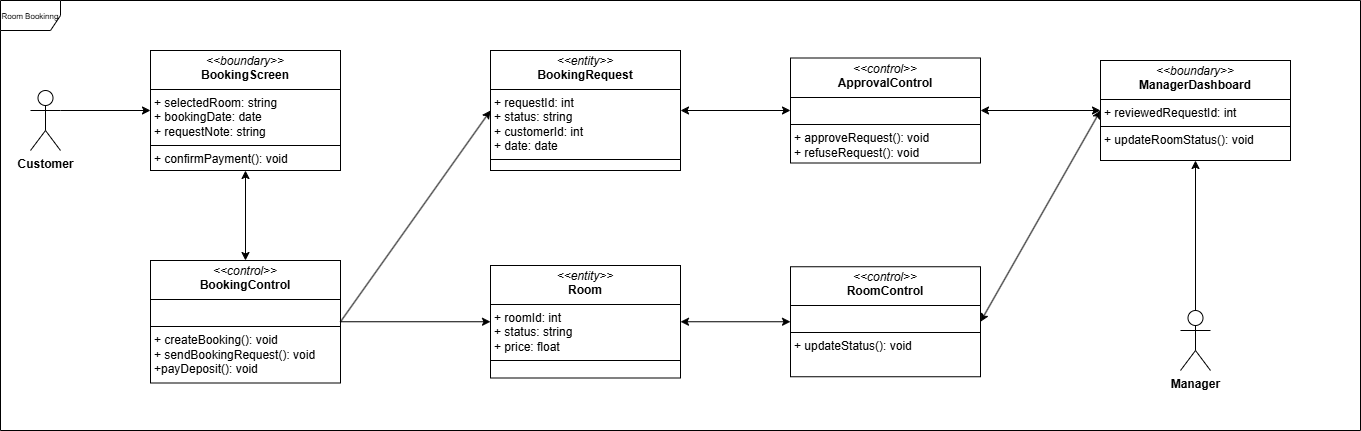
This is Class-diagram/Boundary–Control–EntityDiagram/RoomBooking.png from HuyEuler/Apartment-management-system, a draw.io export, as it was before one commit. Source tidied: cells renumbered, new cells last; positions are measured from the earlier drawing's top-left corner, leaving out a move shared by most shapes. The source it was exported from:
```xml
<mxGraphModel background="#ffffff">
  <root>
    <mxCell id="0" />
    <mxCell id="1" parent="0" />
    <mxCell id="2" value="&lt;font style=&quot;font-size: 8px;&quot;&gt;Room Bookinng&lt;/font&gt;" style="shape=umlFrame;whiteSpace=wrap;html=1;" parent="1" vertex="1">
      <mxGeometry width="1360" height="430" as="geometry" />
    </mxCell>
    <mxCell id="3" value="&lt;p style=&quot;margin:0px;margin-top:4px;text-align:center;&quot;&gt;&lt;i&gt;&amp;lt;&amp;lt;boundary&amp;gt;&amp;gt;&lt;/i&gt;&lt;br&gt;&lt;b&gt;BookingScreen&lt;/b&gt;&lt;/p&gt;&lt;hr size=&quot;1&quot; style=&quot;border-style:solid;&quot;&gt;&lt;p style=&quot;margin:0px;margin-left:4px;&quot;&gt;+&amp;nbsp;selectedRoom: string&lt;br&gt;+&amp;nbsp;bookingDate: date&lt;br&gt;+&amp;nbsp;requestNote: string&lt;/p&gt;&lt;hr size=&quot;1&quot; style=&quot;border-style:solid;&quot;&gt;&lt;p style=&quot;margin:0px;margin-left:4px;&quot;&gt;+ confirmPayment(): void&lt;/p&gt;" style="verticalAlign=top;align=left;overflow=fill;html=1;whiteSpace=wrap;" parent="1" vertex="1">
      <mxGeometry x="150" y="50" width="190" height="120" as="geometry" />
    </mxCell>
    <mxCell id="4" value="&lt;p style=&quot;margin:0px;margin-top:4px;text-align:center;&quot;&gt;&lt;i&gt;&amp;lt;&amp;lt;control&amp;gt;&amp;gt;&lt;/i&gt;&lt;br&gt;&lt;b&gt;BookingControl&lt;/b&gt;&lt;/p&gt;&lt;hr size=&quot;1&quot; style=&quot;border-style:solid;&quot;&gt;&lt;p style=&quot;margin:0px;margin-left:4px;&quot;&gt;&lt;br&gt;&lt;/p&gt;&lt;hr size=&quot;1&quot; style=&quot;border-style:solid;&quot;&gt;&lt;p style=&quot;margin:0px;margin-left:4px;&quot;&gt;+&amp;nbsp;&lt;span style=&quot;background-color: transparent; color: light-dark(rgb(0, 0, 0), rgb(255, 255, 255));&quot;&gt;createBooking(): void&lt;/span&gt;&lt;/p&gt;&lt;p style=&quot;margin:0px;margin-left:4px;&quot;&gt;&lt;span style=&quot;background-color: transparent; color: light-dark(rgb(0, 0, 0), rgb(255, 255, 255));&quot;&gt;+ sendBookingRequest(): void&lt;/span&gt;&lt;/p&gt;&lt;p style=&quot;margin:0px;margin-left:4px;&quot;&gt;&lt;span style=&quot;background-color: transparent; color: light-dark(rgb(0, 0, 0), rgb(255, 255, 255));&quot;&gt;+payDeposit(): void&lt;/span&gt;&lt;/p&gt;" style="verticalAlign=top;align=left;overflow=fill;html=1;whiteSpace=wrap;" parent="1" vertex="1">
      <mxGeometry x="150" y="260" width="190" height="122.5" as="geometry" />
    </mxCell>
    <mxCell id="5" value="&lt;p style=&quot;margin:0px;margin-top:4px;text-align:center;&quot;&gt;&lt;i&gt;&amp;lt;&amp;lt;entity&amp;gt;&amp;gt;&lt;/i&gt;&lt;br&gt;&lt;b&gt;Room&lt;/b&gt;&lt;/p&gt;&lt;hr size=&quot;1&quot; style=&quot;border-style:solid;&quot;&gt;&lt;p style=&quot;margin:0px;margin-left:4px;&quot;&gt;+&amp;nbsp;&lt;span style=&quot;background-color: transparent; color: light-dark(rgb(0, 0, 0), rgb(255, 255, 255));&quot;&gt;roomId: int&lt;/span&gt;&lt;/p&gt;&lt;p style=&quot;margin:0px;margin-left:4px;&quot;&gt;&lt;span style=&quot;background-color: transparent; color: light-dark(rgb(0, 0, 0), rgb(255, 255, 255));&quot;&gt;+ status: string&lt;/span&gt;&lt;/p&gt;&lt;p style=&quot;margin:0px;margin-left:4px;&quot;&gt;&lt;span style=&quot;background-color: transparent; color: light-dark(rgb(0, 0, 0), rgb(255, 255, 255));&quot;&gt;+ price: float&lt;/span&gt;&lt;/p&gt;&lt;hr size=&quot;1&quot; style=&quot;border-style:solid;&quot;&gt;&lt;p style=&quot;margin:0px;margin-left:4px;&quot;&gt;&lt;br&gt;&lt;/p&gt;" style="verticalAlign=top;align=left;overflow=fill;html=1;whiteSpace=wrap;" parent="1" vertex="1">
      <mxGeometry x="490" y="265" width="190" height="112.5" as="geometry" />
    </mxCell>
    <mxCell id="6" value="&lt;p style=&quot;margin:0px;margin-top:4px;text-align:center;&quot;&gt;&lt;i&gt;&amp;lt;&amp;lt;entity&amp;gt;&amp;gt;&lt;/i&gt;&lt;br&gt;&lt;b&gt;BookingRequest&lt;/b&gt;&lt;/p&gt;&lt;hr size=&quot;1&quot; style=&quot;border-style:solid;&quot;&gt;&lt;p style=&quot;margin: 0px 0px 0px 4px;&quot;&gt;&lt;span style=&quot;background-color: transparent; color: light-dark(rgb(0, 0, 0), rgb(255, 255, 255));&quot;&gt;+&amp;nbsp;&lt;/span&gt;&lt;span style=&quot;background-color: transparent; color: light-dark(rgb(0, 0, 0), rgb(255, 255, 255));&quot;&gt;requestId: int&lt;/span&gt;&lt;span style=&quot;background-color: transparent; color: light-dark(rgb(0, 0, 0), rgb(255, 255, 255));&quot;&gt;&lt;br&gt;&lt;/span&gt;&lt;/p&gt;&lt;p style=&quot;margin: 0px 0px 0px 4px;&quot;&gt;&lt;span style=&quot;background-color: transparent; color: light-dark(rgb(0, 0, 0), rgb(255, 255, 255));&quot;&gt;+ status: string&lt;/span&gt;&lt;/p&gt;&lt;p style=&quot;margin: 0px 0px 0px 4px;&quot;&gt;&lt;span style=&quot;background-color: transparent; color: light-dark(rgb(0, 0, 0), rgb(255, 255, 255));&quot;&gt;+ customerId: int&lt;/span&gt;&lt;/p&gt;&lt;p style=&quot;margin: 0px 0px 0px 4px;&quot;&gt;&lt;span style=&quot;background-color: transparent; color: light-dark(rgb(0, 0, 0), rgb(255, 255, 255));&quot;&gt;+ date: date&lt;/span&gt;&lt;/p&gt;&lt;hr size=&quot;1&quot; style=&quot;border-style:solid;&quot;&gt;&lt;p style=&quot;margin:0px;margin-left:4px;&quot;&gt;&lt;br&gt;&lt;/p&gt;" style="verticalAlign=top;align=left;overflow=fill;html=1;whiteSpace=wrap;" parent="1" vertex="1">
      <mxGeometry x="490" y="50" width="190" height="120" as="geometry" />
    </mxCell>
    <mxCell id="7" style="endArrow=classic;startArrow=classic;html=1;rounded=0;entryX=0.5;entryY=0;entryDx=0;entryDy=0;" parent="1" edge="1" source="3" target="4">
      <mxGeometry relative="1" as="geometry" />
    </mxCell>
    <mxCell id="8" style="endArrow=classic;html=1;rounded=0;exitX=1;exitY=0.5;exitDx=0;exitDy=0;entryX=0;entryY=0.5;entryDx=0;entryDy=0;" parent="1" edge="1" source="4" target="6">
      <mxGeometry relative="1" as="geometry" />
    </mxCell>
    <mxCell id="9" style="endArrow=classic;html=1;rounded=0;exitX=1;exitY=0.5;exitDx=0;exitDy=0;entryX=0;entryY=0.5;entryDx=0;entryDy=0;" parent="1" edge="1" source="4" target="5">
      <mxGeometry relative="1" as="geometry" />
    </mxCell>
    <mxCell id="10" value="&lt;p style=&quot;margin:0px;margin-top:4px;text-align:center;&quot;&gt;&lt;i&gt;&amp;lt;&amp;lt;boundary&amp;gt;&amp;gt;&lt;/i&gt;&lt;br&gt;&lt;span style=&quot;background-color: transparent; color: light-dark(rgb(0, 0, 0), rgb(255, 255, 255)); text-align: left;&quot;&gt;&lt;b&gt;ManagerDashboard&lt;/b&gt;&lt;/span&gt;&lt;/p&gt;&lt;hr size=&quot;1&quot; style=&quot;border-style:solid;&quot;&gt;&lt;p style=&quot;margin:0px;margin-left:4px;&quot;&gt;+&amp;nbsp;reviewedRequestId: int&lt;/p&gt;&lt;hr size=&quot;1&quot; style=&quot;border-style:solid;&quot;&gt;&lt;p style=&quot;margin:0px;margin-left:4px;&quot;&gt;+ updateRoomStatus(): void&lt;/p&gt;" style="verticalAlign=top;align=left;overflow=fill;html=1;whiteSpace=wrap;" parent="1" vertex="1">
      <mxGeometry x="1100" y="60" width="190" height="100" as="geometry" />
    </mxCell>
    <mxCell id="11" value="&lt;p style=&quot;margin:0px;margin-top:4px;text-align:center;&quot;&gt;&lt;i&gt;&amp;lt;&amp;lt;control&amp;gt;&amp;gt;&lt;/i&gt;&lt;br&gt;&lt;b&gt;ApprovalControl&lt;/b&gt;&lt;/p&gt;&lt;hr size=&quot;1&quot; style=&quot;border-style:solid;&quot;&gt;&lt;p style=&quot;margin:0px;margin-left:4px;&quot;&gt;&lt;br&gt;&lt;/p&gt;&lt;hr size=&quot;1&quot; style=&quot;border-style:solid;&quot;&gt;&lt;p style=&quot;margin:0px;margin-left:4px;&quot;&gt;+&amp;nbsp;&lt;span style=&quot;background-color: transparent; color: light-dark(rgb(0, 0, 0), rgb(255, 255, 255));&quot;&gt;approveRequest(): void&lt;/span&gt;&lt;/p&gt;&lt;p style=&quot;margin:0px;margin-left:4px;&quot;&gt;&lt;span style=&quot;background-color: transparent; color: light-dark(rgb(0, 0, 0), rgb(255, 255, 255));&quot;&gt;+ refuseRequest(): void&lt;/span&gt;&lt;/p&gt;" style="verticalAlign=top;align=left;overflow=fill;html=1;whiteSpace=wrap;" parent="1" vertex="1">
      <mxGeometry x="790" y="57.5" width="190" height="105" as="geometry" />
    </mxCell>
    <mxCell id="12" value="&lt;p style=&quot;margin:0px;margin-top:4px;text-align:center;&quot;&gt;&lt;i&gt;&amp;lt;&amp;lt;control&amp;gt;&amp;gt;&lt;/i&gt;&lt;br&gt;&lt;span style=&quot;background-color: transparent; color: light-dark(rgb(0, 0, 0), rgb(255, 255, 255)); text-align: left;&quot;&gt;&lt;b&gt;RoomControl&lt;/b&gt;&lt;/span&gt;&lt;/p&gt;&lt;hr size=&quot;1&quot; style=&quot;border-style:solid;&quot;&gt;&lt;p style=&quot;margin:0px;margin-left:4px;&quot;&gt;&lt;br&gt;&lt;/p&gt;&lt;hr size=&quot;1&quot; style=&quot;border-style:solid;&quot;&gt;&lt;p style=&quot;margin:0px;margin-left:4px;&quot;&gt;+&amp;nbsp;&lt;span style=&quot;background-color: transparent; color: light-dark(rgb(0, 0, 0), rgb(255, 255, 255));&quot;&gt;updateStatus(): void&lt;/span&gt;&lt;/p&gt;" style="verticalAlign=top;align=left;overflow=fill;html=1;whiteSpace=wrap;" parent="1" vertex="1">
      <mxGeometry x="790" y="266.2" width="190" height="110" as="geometry" />
    </mxCell>
    <mxCell id="13" value="&lt;b&gt;Manager&lt;/b&gt;&lt;div&gt;&lt;br&gt;&lt;/div&gt;" style="shape=umlActor;verticalLabelPosition=bottom;verticalAlign=top;html=1;outlineConnect=0;" parent="1" vertex="1">
      <mxGeometry x="1180" y="310" width="30" height="60" as="geometry" />
    </mxCell>
    <mxCell id="14" value="&lt;b&gt;Customer&lt;/b&gt;&lt;br&gt;&lt;div&gt;&lt;br&gt;&lt;/div&gt;" style="shape=umlActor;verticalLabelPosition=bottom;verticalAlign=top;html=1;outlineConnect=0;" parent="1" vertex="1">
      <mxGeometry x="30" y="90" width="30" height="60" as="geometry" />
    </mxCell>
    <mxCell id="15" style="endArrow=classic;html=1;rounded=0;exitX=0.5;exitY=0;exitDx=0;exitDy=0;exitPerimeter=0;entryX=0.5;entryY=1;entryDx=0;entryDy=0;" parent="1" edge="1" source="13" target="10">
      <mxGeometry relative="1" as="geometry" />
    </mxCell>
    <mxCell id="16" style="endArrow=classic;html=1;rounded=0;exitX=1;exitY=0.3333333333333333;exitDx=0;exitDy=0;exitPerimeter=0;entryX=0;entryY=0.5;entryDx=0;entryDy=0;" parent="1" edge="1" source="14" target="3">
      <mxGeometry relative="1" as="geometry" />
    </mxCell>
    <mxCell id="17" style="endArrow=classic;startArrow=classic;html=1;rounded=0;exitX=0;exitY=0.5;exitDx=0;exitDy=0;entryX=1;entryY=0.5;entryDx=0;entryDy=0;" parent="1" edge="1" source="10" target="12">
      <mxGeometry relative="1" as="geometry" />
    </mxCell>
    <mxCell id="18" style="endArrow=classic;startArrow=classic;html=1;rounded=0;exitX=0;exitY=0.5;exitDx=0;exitDy=0;entryX=1;entryY=0.5;entryDx=0;entryDy=0;" parent="1" edge="1" source="10" target="11">
      <mxGeometry relative="1" as="geometry" />
    </mxCell>
    <mxCell id="19" style="endArrow=classic;startArrow=classic;html=1;rounded=0;exitX=0;exitY=0.5;exitDx=0;exitDy=0;entryX=1;entryY=0.5;entryDx=0;entryDy=0;" parent="1" edge="1" source="11" target="6">
      <mxGeometry relative="1" as="geometry" />
    </mxCell>
    <mxCell id="20" style="endArrow=classic;startArrow=classic;html=1;rounded=0;entryX=0;entryY=0.5;entryDx=0;entryDy=0;exitX=1;exitY=0.5;exitDx=0;exitDy=0;" parent="1" edge="1" source="5" target="12">
      <mxGeometry relative="1" as="geometry" />
    </mxCell>
  </root>
</mxGraphModel>
```
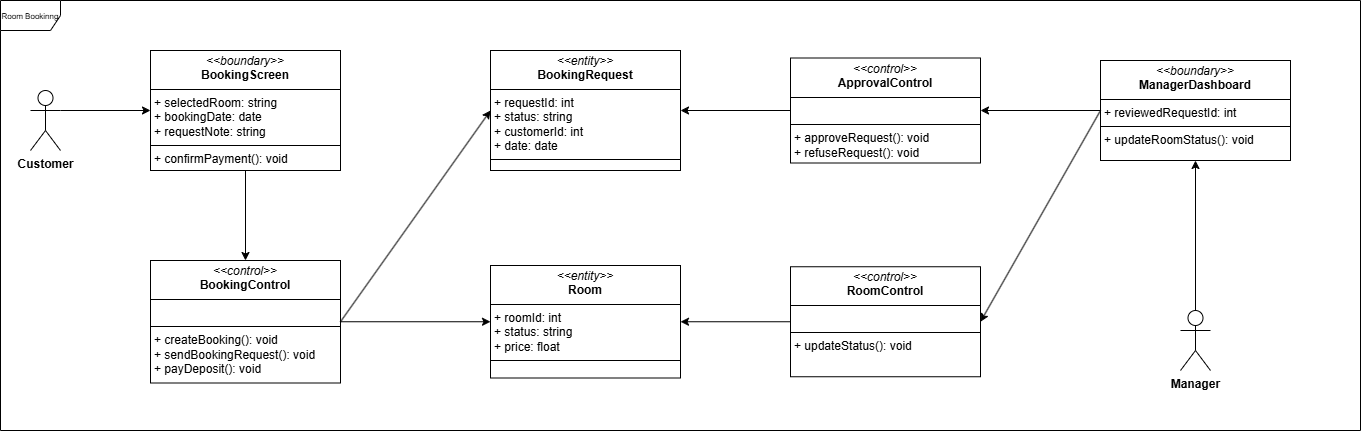
The same file after the commit.

Change to the diagram source:
```diff
@@ -8,7 +8,7 @@
     <mxCell id="3" value="&lt;p style=&quot;margin:0px;margin-top:4px;text-align:center;&quot;&gt;&lt;i&gt;&amp;lt;&amp;lt;boundary&amp;gt;&amp;gt;&lt;/i&gt;&lt;br&gt;&lt;b&gt;BookingScreen&lt;/b&gt;&lt;/p&gt;&lt;hr size=&quot;1&quot; style=&quot;border-style:solid;&quot;&gt;&lt;p style=&quot;margin:0px;margin-left:4px;&quot;&gt;+&amp;nbsp;selectedRoom: string&lt;br&gt;+&amp;nbsp;bookingDate: date&lt;br&gt;+&amp;nbsp;requestNote: string&lt;/p&gt;&lt;hr size=&quot;1&quot; style=&quot;border-style:solid;&quot;&gt;&lt;p style=&quot;margin:0px;margin-left:4px;&quot;&gt;+ confirmPayment(): void&lt;/p&gt;" style="verticalAlign=top;align=left;overflow=fill;html=1;whiteSpace=wrap;" parent="1" vertex="1">
       <mxGeometry x="150" y="50" width="190" height="120" as="geometry" />
     </mxCell>
-    <mxCell id="4" value="&lt;p style=&quot;margin:0px;margin-top:4px;text-align:center;&quot;&gt;&lt;i&gt;&amp;lt;&amp;lt;control&amp;gt;&amp;gt;&lt;/i&gt;&lt;br&gt;&lt;b&gt;BookingControl&lt;/b&gt;&lt;/p&gt;&lt;hr size=&quot;1&quot; style=&quot;border-style:solid;&quot;&gt;&lt;p style=&quot;margin:0px;margin-left:4px;&quot;&gt;&lt;br&gt;&lt;/p&gt;&lt;hr size=&quot;1&quot; style=&quot;border-style:solid;&quot;&gt;&lt;p style=&quot;margin:0px;margin-left:4px;&quot;&gt;+&amp;nbsp;&lt;span style=&quot;background-color: transparent; color: light-dark(rgb(0, 0, 0), rgb(255, 255, 255));&quot;&gt;createBooking(): void&lt;/span&gt;&lt;/p&gt;&lt;p style=&quot;margin:0px;margin-left:4px;&quot;&gt;&lt;span style=&quot;background-color: transparent; color: light-dark(rgb(0, 0, 0), rgb(255, 255, 255));&quot;&gt;+ sendBookingRequest(): void&lt;/span&gt;&lt;/p&gt;&lt;p style=&quot;margin:0px;margin-left:4px;&quot;&gt;&lt;span style=&quot;background-color: transparent; color: light-dark(rgb(0, 0, 0), rgb(255, 255, 255));&quot;&gt;+payDeposit(): void&lt;/span&gt;&lt;/p&gt;" style="verticalAlign=top;align=left;overflow=fill;html=1;whiteSpace=wrap;" parent="1" vertex="1">
+    <mxCell id="4" value="&lt;p style=&quot;margin:0px;margin-top:4px;text-align:center;&quot;&gt;&lt;i&gt;&amp;lt;&amp;lt;control&amp;gt;&amp;gt;&lt;/i&gt;&lt;br&gt;&lt;b&gt;BookingControl&lt;/b&gt;&lt;/p&gt;&lt;hr size=&quot;1&quot; style=&quot;border-style:solid;&quot;&gt;&lt;p style=&quot;margin:0px;margin-left:4px;&quot;&gt;&lt;br&gt;&lt;/p&gt;&lt;hr size=&quot;1&quot; style=&quot;border-style:solid;&quot;&gt;&lt;p style=&quot;margin:0px;margin-left:4px;&quot;&gt;+&amp;nbsp;&lt;span style=&quot;background-color: transparent; color: light-dark(rgb(0, 0, 0), rgb(255, 255, 255));&quot;&gt;createBooking(): void&lt;/span&gt;&lt;/p&gt;&lt;p style=&quot;margin:0px;margin-left:4px;&quot;&gt;&lt;span style=&quot;background-color: transparent; color: light-dark(rgb(0, 0, 0), rgb(255, 255, 255));&quot;&gt;+ sendBookingRequest(): void&lt;/span&gt;&lt;/p&gt;&lt;p style=&quot;margin:0px;margin-left:4px;&quot;&gt;&lt;span style=&quot;background-color: transparent; color: light-dark(rgb(0, 0, 0), rgb(255, 255, 255));&quot;&gt;+ payDeposit(): void&lt;/span&gt;&lt;/p&gt;" style="verticalAlign=top;align=left;overflow=fill;html=1;whiteSpace=wrap;" parent="1" vertex="1">
       <mxGeometry x="150" y="260" width="190" height="122.5" as="geometry" />
     </mxCell>
     <mxCell id="5" value="&lt;p style=&quot;margin:0px;margin-top:4px;text-align:center;&quot;&gt;&lt;i&gt;&amp;lt;&amp;lt;entity&amp;gt;&amp;gt;&lt;/i&gt;&lt;br&gt;&lt;b&gt;Room&lt;/b&gt;&lt;/p&gt;&lt;hr size=&quot;1&quot; style=&quot;border-style:solid;&quot;&gt;&lt;p style=&quot;margin:0px;margin-left:4px;&quot;&gt;+&amp;nbsp;&lt;span style=&quot;background-color: transparent; color: light-dark(rgb(0, 0, 0), rgb(255, 255, 255));&quot;&gt;roomId: int&lt;/span&gt;&lt;/p&gt;&lt;p style=&quot;margin:0px;margin-left:4px;&quot;&gt;&lt;span style=&quot;background-color: transparent; color: light-dark(rgb(0, 0, 0), rgb(255, 255, 255));&quot;&gt;+ status: string&lt;/span&gt;&lt;/p&gt;&lt;p style=&quot;margin:0px;margin-left:4px;&quot;&gt;&lt;span style=&quot;background-color: transparent; color: light-dark(rgb(0, 0, 0), rgb(255, 255, 255));&quot;&gt;+ price: float&lt;/span&gt;&lt;/p&gt;&lt;hr size=&quot;1&quot; style=&quot;border-style:solid;&quot;&gt;&lt;p style=&quot;margin:0px;margin-left:4px;&quot;&gt;&lt;br&gt;&lt;/p&gt;" style="verticalAlign=top;align=left;overflow=fill;html=1;whiteSpace=wrap;" parent="1" vertex="1">
@@ -17,9 +17,6 @@
     <mxCell id="6" value="&lt;p style=&quot;margin:0px;margin-top:4px;text-align:center;&quot;&gt;&lt;i&gt;&amp;lt;&amp;lt;entity&amp;gt;&amp;gt;&lt;/i&gt;&lt;br&gt;&lt;b&gt;BookingRequest&lt;/b&gt;&lt;/p&gt;&lt;hr size=&quot;1&quot; style=&quot;border-style:solid;&quot;&gt;&lt;p style=&quot;margin: 0px 0px 0px 4px;&quot;&gt;&lt;span style=&quot;background-color: transparent; color: light-dark(rgb(0, 0, 0), rgb(255, 255, 255));&quot;&gt;+&amp;nbsp;&lt;/span&gt;&lt;span style=&quot;background-color: transparent; color: light-dark(rgb(0, 0, 0), rgb(255, 255, 255));&quot;&gt;requestId: int&lt;/span&gt;&lt;span style=&quot;background-color: transparent; color: light-dark(rgb(0, 0, 0), rgb(255, 255, 255));&quot;&gt;&lt;br&gt;&lt;/span&gt;&lt;/p&gt;&lt;p style=&quot;margin: 0px 0px 0px 4px;&quot;&gt;&lt;span style=&quot;background-color: transparent; color: light-dark(rgb(0, 0, 0), rgb(255, 255, 255));&quot;&gt;+ status: string&lt;/span&gt;&lt;/p&gt;&lt;p style=&quot;margin: 0px 0px 0px 4px;&quot;&gt;&lt;span style=&quot;background-color: transparent; color: light-dark(rgb(0, 0, 0), rgb(255, 255, 255));&quot;&gt;+ customerId: int&lt;/span&gt;&lt;/p&gt;&lt;p style=&quot;margin: 0px 0px 0px 4px;&quot;&gt;&lt;span style=&quot;background-color: transparent; color: light-dark(rgb(0, 0, 0), rgb(255, 255, 255));&quot;&gt;+ date: date&lt;/span&gt;&lt;/p&gt;&lt;hr size=&quot;1&quot; style=&quot;border-style:solid;&quot;&gt;&lt;p style=&quot;margin:0px;margin-left:4px;&quot;&gt;&lt;br&gt;&lt;/p&gt;" style="verticalAlign=top;align=left;overflow=fill;html=1;whiteSpace=wrap;" parent="1" vertex="1">
       <mxGeometry x="490" y="50" width="190" height="120" as="geometry" />
     </mxCell>
-    <mxCell id="7" style="endArrow=classic;startArrow=classic;html=1;rounded=0;entryX=0.5;entryY=0;entryDx=0;entryDy=0;" parent="1" edge="1" source="3" target="4">
-      <mxGeometry relative="1" as="geometry" />
-    </mxCell>
     <mxCell id="8" style="endArrow=classic;html=1;rounded=0;exitX=1;exitY=0.5;exitDx=0;exitDy=0;entryX=0;entryY=0.5;entryDx=0;entryDy=0;" parent="1" edge="1" source="4" target="6">
       <mxGeometry relative="1" as="geometry" />
     </mxCell>
@@ -47,17 +44,20 @@
     <mxCell id="16" style="endArrow=classic;html=1;rounded=0;exitX=1;exitY=0.3333333333333333;exitDx=0;exitDy=0;exitPerimeter=0;entryX=0;entryY=0.5;entryDx=0;entryDy=0;" parent="1" edge="1" source="14" target="3">
       <mxGeometry relative="1" as="geometry" />
     </mxCell>
+    <mxCell id="18" style="endArrow=classic;html=1;rounded=0;exitX=0;exitY=0.5;exitDx=0;exitDy=0;entryX=1;entryY=0.5;entryDx=0;entryDy=0;" parent="1" edge="1" source="10" target="11">
+      <mxGeometry relative="1" as="geometry" />
+    </mxCell>
-    <mxCell id="17" style="endArrow=classic;startArrow=classic;html=1;rounded=0;exitX=0;exitY=0.5;exitDx=0;exitDy=0;entryX=1;entryY=0.5;entryDx=0;entryDy=0;" parent="1" edge="1" source="10" target="12">
+    <mxCell id="17" style="endArrow=classic;html=1;rounded=0;exitX=0;exitY=0.5;exitDx=0;exitDy=0;entryX=1;entryY=0.5;entryDx=0;entryDy=0;" parent="1" edge="1" source="10" target="12">
       <mxGeometry relative="1" as="geometry" />
     </mxCell>
-    <mxCell id="18" style="endArrow=classic;startArrow=classic;html=1;rounded=0;exitX=0;exitY=0.5;exitDx=0;exitDy=0;entryX=1;entryY=0.5;entryDx=0;entryDy=0;" parent="1" edge="1" source="10" target="11">
-      <mxGeometry relative="1" as="geometry" />
-    </mxCell>
+    <mxCell id="7" style="endArrow=classic;html=1;rounded=0;exitX=0.5;exitY=1;exitDx=0;exitDy=0;entryX=0.5;entryY=0;entryDx=0;entryDy=0;" parent="1" edge="1" source="3" target="4">
+      <mxGeometry relative="1" as="geometry" />
+    </mxCell>
-    <mxCell id="19" style="endArrow=classic;startArrow=classic;html=1;rounded=0;exitX=0;exitY=0.5;exitDx=0;exitDy=0;entryX=1;entryY=0.5;entryDx=0;entryDy=0;" parent="1" edge="1" source="11" target="6">
+    <mxCell id="19" style="endArrow=classic;html=1;rounded=0;exitX=0;exitY=0.5;exitDx=0;exitDy=0;entryX=1;entryY=0.5;entryDx=0;entryDy=0;" parent="1" edge="1" source="11" target="6">
       <mxGeometry relative="1" as="geometry" />
     </mxCell>
-    <mxCell id="20" style="endArrow=classic;startArrow=classic;html=1;rounded=0;entryX=0;entryY=0.5;entryDx=0;entryDy=0;exitX=1;exitY=0.5;exitDx=0;exitDy=0;" parent="1" edge="1" source="5" target="12">
-      <mxGeometry relative="1" as="geometry" />
-    </mxCell>
+    <mxCell id="21" style="endArrow=classic;html=1;rounded=0;exitX=0;exitY=0.5;exitDx=0;exitDy=0;entryX=1;entryY=0.5;entryDx=0;entryDy=0;" parent="1" edge="1" source="12" target="5">
+      <mxGeometry relative="1" as="geometry" />
+    </mxCell>
   </root>
 </mxGraphModel>
```
